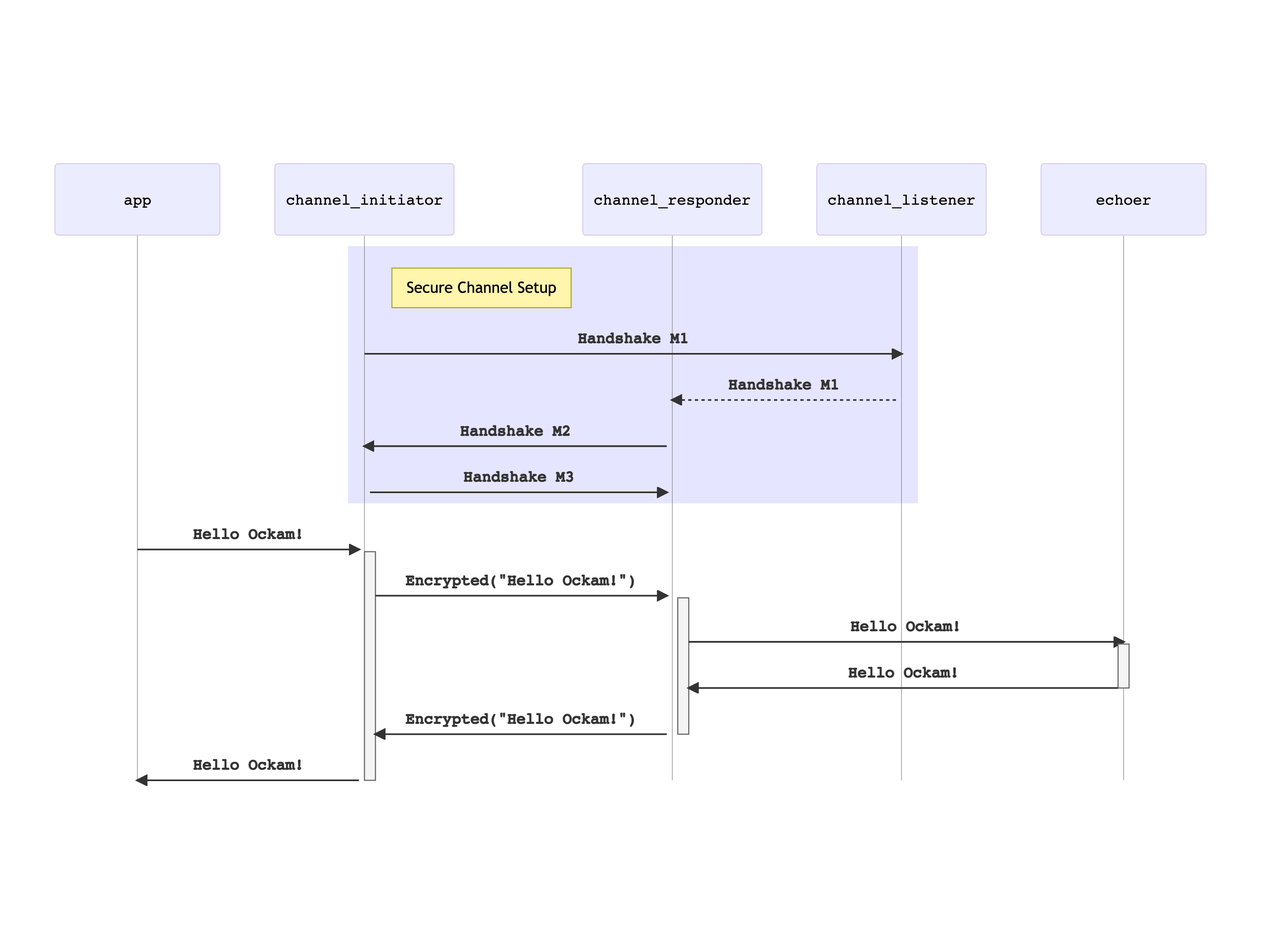
Earlier version of the Mermaid export src/content/learn/how-to-guides/rust/05-secure-channel/sequence.png (lifegoal0905/yam-finance). Its source is kept beside it as src/content/learn/how-to-guides/rust/05-secure-channel/sequence.mmd.
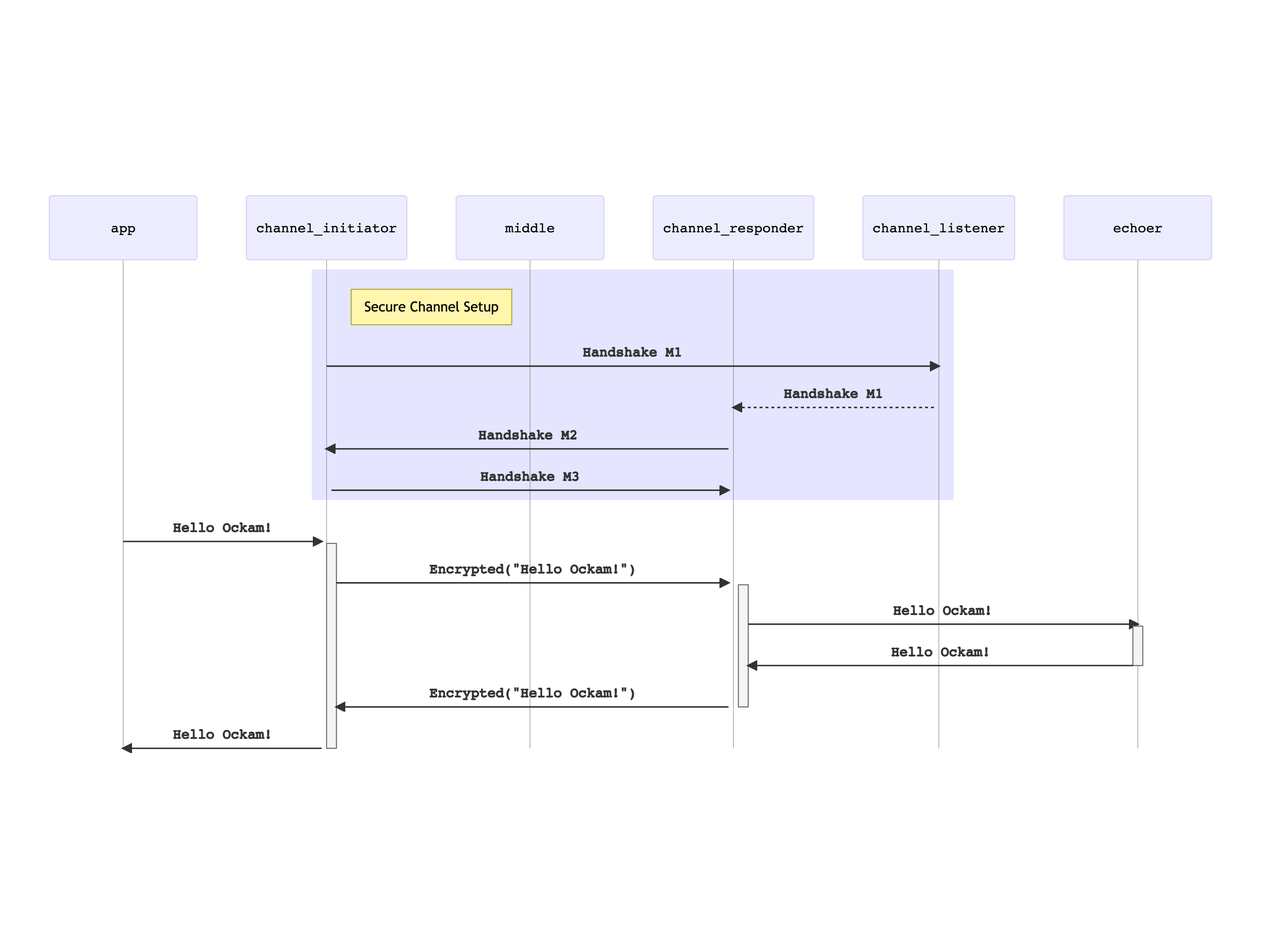
The same file after the commit.

Change to the diagram source:
```diff
@@ -1,6 +1,7 @@
 sequenceDiagram
   participant app
   participant channel_initiator
+  participant middle
   participant channel_responder
   participant channel_listener
   participant echoer
```
